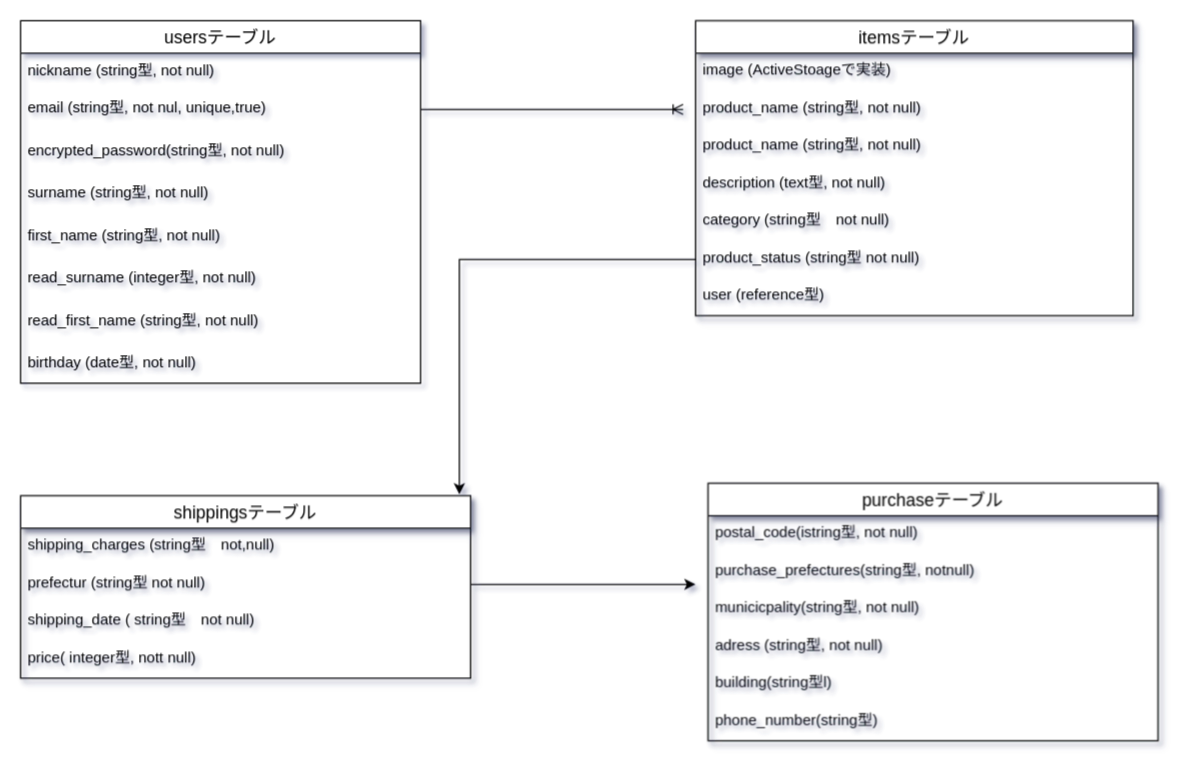
wanderingrider/furima-34509 keeps this draw.io diagram as er.test.dio. Above is the earlier version. Source tidied: cells renumbered, new cells numbered last; positions are measured from the earlier drawing's top-left corner, leaving out a move shared by most shapes. Both pictures are drawn from the tidied source at 125%, with x=0, y=0 at pixel (20, 20).
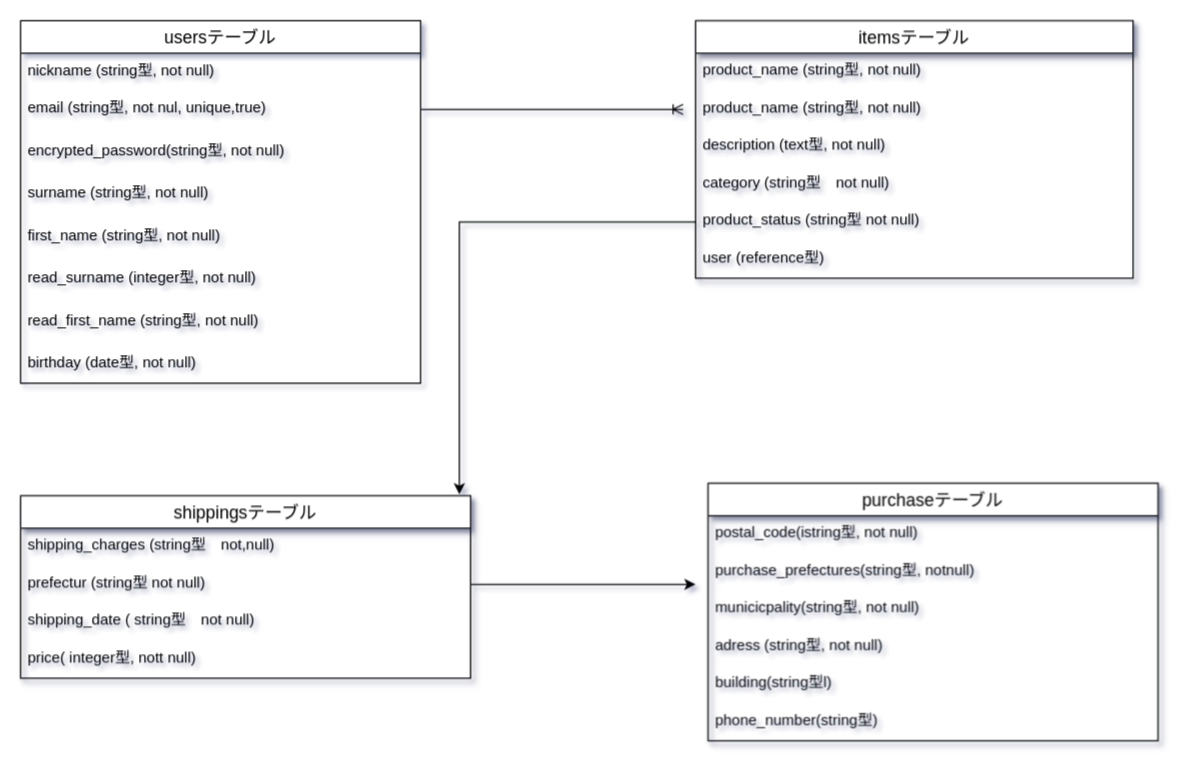
After the change.

Commit message (it also covers changes not shown here):
データベース設計 修正2 image

The edit, as a diff of the source:
```diff
@@
     <mxCell id="11" value="itemsテーブル" style="swimlane;fontStyle=0;horizontal=1;startSize=26;align=center;fontSize=14;shadow=1;html=0;" parent="1" vertex="1">
-      <mxGeometry x="540" width="350" height="236" as="geometry" />
+      <mxGeometry x="540" width="350" height="206" as="geometry" />
     </mxCell>
-    <mxCell id="12" value="image (ActiveStoageで実装)" style="text;strokeColor=none;fillColor=none;spacingLeft=4;spacingRight=4;overflow=hidden;fontSize=12;" parent="11" vertex="1">
-      <mxGeometry y="26" width="350" height="30" as="geometry" />
-    </mxCell>
     <mxCell id="13" value="product_name (string型, not null)" style="text;strokeColor=none;fillColor=none;spacingLeft=4;spacingRight=4;overflow=hidden;fontSize=12;" parent="11" vertex="1">
-      <mxGeometry y="56" width="350" height="30" as="geometry" />
+      <mxGeometry y="26" width="350" height="30" as="geometry" />
     </mxCell>
     <mxCell id="14" value="product_name (string型, not null)" style="text;strokeColor=none;fillColor=none;spacingLeft=4;spacingRight=4;overflow=hidden;fontSize=12;" parent="11" vertex="1">
-      <mxGeometry y="86" width="350" height="30" as="geometry" />
+      <mxGeometry y="56" width="350" height="30" as="geometry" />
     </mxCell>
     <mxCell id="15" value="description (text型, not null)" style="text;strokeColor=none;fillColor=none;spacingLeft=4;spacingRight=4;overflow=hidden;fontSize=12;" parent="11" vertex="1">
-      <mxGeometry y="116" width="350" height="30" as="geometry" />
+      <mxGeometry y="86" width="350" height="30" as="geometry" />
     </mxCell>
     <mxCell id="16" value="category (string型　not null)" style="text;strokeColor=none;fillColor=none;spacingLeft=4;spacingRight=4;overflow=hidden;fontSize=12;" parent="11" vertex="1">
-      <mxGeometry y="146" width="350" height="30" as="geometry" />
+      <mxGeometry y="116" width="350" height="30" as="geometry" />
     </mxCell>
     <mxCell id="17" value="product_status (string型 not null)" style="text;strokeColor=none;fillColor=none;spacingLeft=4;spacingRight=4;overflow=hidden;points=[[0,0.5],[1,0.5]];portConstraint=eastwest;fontSize=12;" parent="11" vertex="1">
-      <mxGeometry y="176" width="350" height="30" as="geometry" />
+      <mxGeometry y="146" width="350" height="30" as="geometry" />
     </mxCell>
     <mxCell id="18" value="user (reference型)" style="text;strokeColor=none;fillColor=none;spacingLeft=4;spacingRight=4;overflow=hidden;fontSize=12;" parent="11" vertex="1">
-      <mxGeometry y="206" width="350" height="30" as="geometry" />
+      <mxGeometry y="176" width="350" height="30" as="geometry" />
     </mxCell>
```
